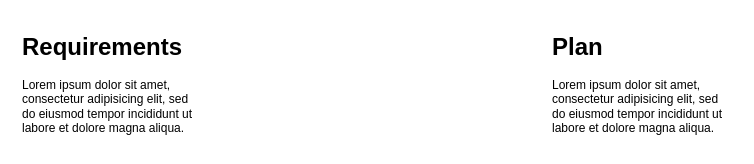
This is page "Page-1" (1 of 3) of Interview/FB1Design.drawio from ashwiniadlakha/draw_io, a draw.io file, before an edit. Source tidied: cells renumbered, new cells numbered last; positions are measured from the earlier drawing's top-left corner, leaving out a move shared by most shapes. Both pictures are drawn from the tidied source at 100%, with x=0, y=0 at pixel (17, 27).
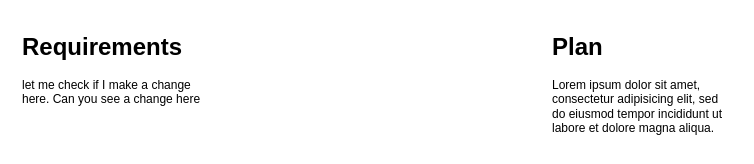
Above is the later version.

Diff of the diagram source:
```diff
@@
 <mxGraphModel>
   <root>
     <mxCell id="0" />
     <mxCell id="1" parent="0" />
-    <mxCell id="2" value="&lt;h1&gt;Requirements&lt;/h1&gt;&lt;p&gt;Lorem ipsum dolor sit amet, consectetur adipisicing elit, sed do eiusmod tempor incididunt ut labore et dolore magna aliqua.&lt;/p&gt;" style="text;html=1;strokeColor=none;fillColor=none;spacing=5;spacingTop=-20;whiteSpace=wrap;overflow=hidden;rounded=0;" parent="1" vertex="1">
+    <mxCell id="2" value="&lt;h1&gt;Requirements&lt;/h1&gt;&lt;p&gt;let me check if I make a change here. Can you see a change here&lt;/p&gt;" style="text;html=1;strokeColor=none;fillColor=none;spacing=5;spacingTop=-20;whiteSpace=wrap;overflow=hidden;rounded=0;" parent="1" vertex="1">
       <mxGeometry width="190" height="120" as="geometry" />
     </mxCell>
     <mxCell id="3" value="&lt;h1&gt;Plan&lt;/h1&gt;&lt;p&gt;Lorem ipsum dolor sit amet, consectetur adipisicing elit, sed do eiusmod tempor incididunt ut labore et dolore magna aliqua.&lt;/p&gt;" style="text;html=1;strokeColor=none;fillColor=none;spacing=5;spacingTop=-20;whiteSpace=wrap;overflow=hidden;rounded=0;" parent="1" vertex="1">
       <mxGeometry x="530" width="190" height="120" as="geometry" />
     </mxCell>
   </root>
 </mxGraphModel>
```
